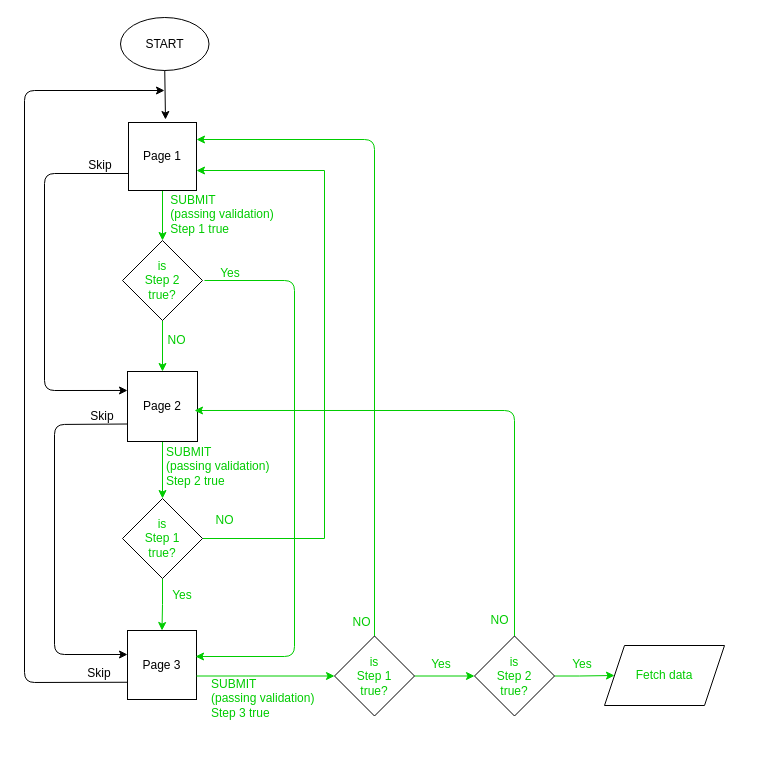
Above: src/assets/flowchart/flowchart.drawio in cavaglieridomenico/user-onboarding (draw.io), before the change. Source tidied: cells renumbered, new cells numbered last; positions are measured from the earlier drawing's top-left corner, leaving out a move shared by most shapes. Both pictures are drawn from the tidied source at 100%, with x=0, y=0 at pixel (24, 17).
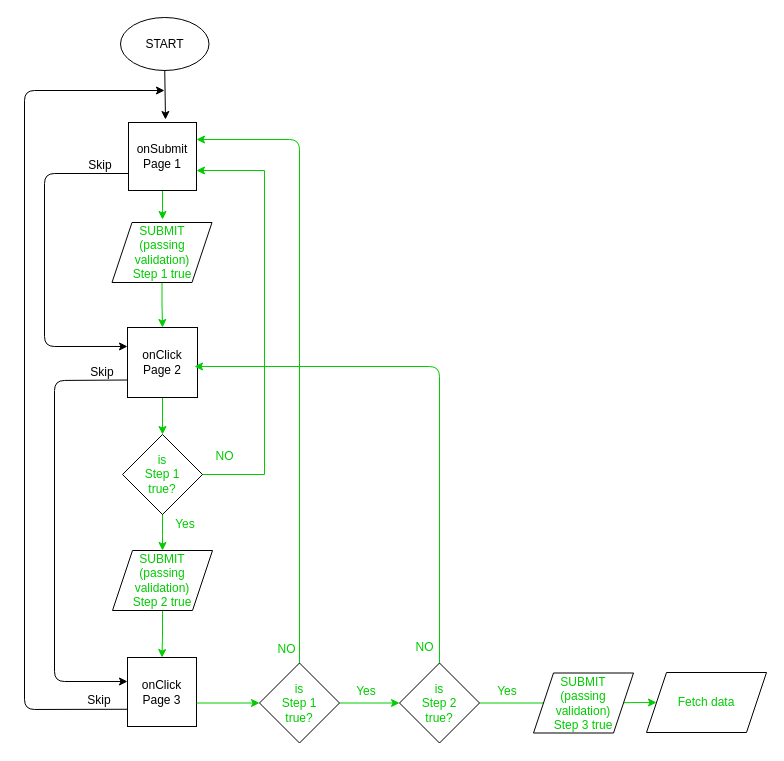
The same diagram, later.

Change to the diagram source:
```diff
@@
     <mxCell id="2" style="endArrow=classic;html=1;entryX=0;entryY=0.271;entryDx=0;entryDy=0;entryPerimeter=0;exitX=0;exitY=0.75;exitDx=0;exitDy=0;" parent="1" edge="1" source="9" target="11">
       <mxGeometry relative="1" as="geometry">
         <Array as="points">
           <mxPoint x="20" y="156" />
-          <mxPoint x="20" y="373" />
+          <mxPoint x="20" y="329" />
         </Array>
       </mxGeometry>
     </mxCell>
@@
     <mxCell id="4" style="endArrow=classic;html=1;exitX=0;exitY=0.75;exitDx=0;exitDy=0;" parent="1" edge="1" source="12">
       <mxGeometry relative="1" as="geometry">
         <mxPoint x="140" y="73" as="targetPoint" />
         <Array as="points">
-          <mxPoint y="665" />
+          <mxPoint y="692" />
           <mxPoint y="73" />
         </Array>
       </mxGeometry>
     </mxCell>
     <mxCell id="5" value="Skip" style="text;html=1;strokeColor=none;fillColor=none;align=center;verticalAlign=middle;whiteSpace=wrap;rounded=0;" parent="1" vertex="1">
-      <mxGeometry x="55" y="646" width="40" height="20" as="geometry" />
+      <mxGeometry x="55" y="673" width="40" height="20" as="geometry" />
     </mxCell>
@@
-    <mxCell id="8" style="edgeStyle=orthogonalEdgeStyle;rounded=0;jettySize=auto;html=1;fontColor=#00CC00;strokeColor=#00CC00;" parent="1" edge="1" source="9" target="21">
-      <mxGeometry relative="1" as="geometry" />
+    <mxCell id="8" style="edgeStyle=orthogonalEdgeStyle;rounded=0;jettySize=auto;html=1;fontColor=#00CC00;strokeColor=#00CC00;" parent="1" edge="1" source="9">
+      <mxGeometry relative="1" as="geometry">
+        <mxPoint x="138" y="202" as="targetPoint" />
+      </mxGeometry>
     </mxCell>
-    <mxCell id="9" value="Page 1" style="whiteSpace=wrap;html=1;" parent="1" vertex="1">
+    <mxCell id="9" value="onSubmit&lt;br&gt;Page 1" style="whiteSpace=wrap;html=1;" parent="1" vertex="1">
       <mxGeometry x="104" y="105" width="68" height="68" as="geometry" />
     </mxCell>
@@
-    <mxCell id="11" value="Page 2" style="whiteSpace=wrap;html=1;" parent="1" vertex="1">
-      <mxGeometry x="103" y="354" width="70" height="70" as="geometry" />
+    <mxCell id="11" value="onClick&lt;br&gt;Page 2" style="whiteSpace=wrap;html=1;" parent="1" vertex="1">
+      <mxGeometry x="103" y="310" width="70" height="70" as="geometry" />
     </mxCell>
-    <mxCell id="12" value="Page 3" style="whiteSpace=wrap;html=1;" parent="1" vertex="1">
-      <mxGeometry x="103" y="613" width="69" height="69" as="geometry" />
+    <mxCell id="12" value="onClick&lt;br&gt;Page 3" style="whiteSpace=wrap;html=1;" parent="1" vertex="1">
+      <mxGeometry x="103" y="640" width="69" height="69" as="geometry" />
     </mxCell>
-    <mxCell id="13" value="&lt;div style=&quot;text-align: left&quot;&gt;&lt;span&gt;SUBMIT&lt;/span&gt;&lt;/div&gt;(passing validation)&lt;br&gt;&lt;div style=&quot;text-align: left&quot;&gt;&lt;span&gt;Step 1 true&lt;/span&gt;&lt;/div&gt;" style="text;html=1;align=center;verticalAlign=middle;whiteSpace=wrap;rounded=0;fontColor=#00CC00;" parent="1" vertex="1">
-      <mxGeometry x="140" y="176" width="115.5" height="42" as="geometry" />
-    </mxCell>
     <mxCell id="14" style="edgeStyle=orthogonalEdgeStyle;rounded=0;jettySize=auto;html=1;fontColor=#00CC00;strokeColor=#00CC00;exitX=1;exitY=0.5;exitDx=0;exitDy=0;" parent="1" edge="1" source="24">
       <mxGeometry relative="1" as="geometry">
         <mxPoint x="172" y="153" as="targetPoint" />
         <Array as="points">
-          <mxPoint x="300" y="521" />
-          <mxPoint x="300" y="153" />
-          <mxPoint x="172" y="153" />
+          <mxPoint x="240" y="457" />
+          <mxPoint x="240" y="153" />
         </Array>
       </mxGeometry>
     </mxCell>
     <mxCell id="15" value="Yes" style="text;html=1;align=center;verticalAlign=middle;whiteSpace=wrap;rounded=0;fontColor=#00CC00;" parent="1" vertex="1">
-      <mxGeometry x="131" y="568" width="53.5" height="20" as="geometry" />
+      <mxGeometry x="134" y="497" width="53.5" height="20" as="geometry" />
     </mxCell>
-    <mxCell id="16" value="SUBMIT&lt;br&gt;(passing validation)&lt;br&gt;Step 2 true" style="text;html=1;align=left;verticalAlign=middle;whiteSpace=wrap;rounded=0;fontColor=#00CC00;" parent="1" vertex="1">
-      <mxGeometry x="140" y="435" width="121" height="28" as="geometry" />
-    </mxCell>
     <mxCell id="17" style="endArrow=classic;html=1;fontColor=#00CC00;exitX=0;exitY=0.75;exitDx=0;exitDy=0;entryX=0;entryY=0.348;entryDx=0;entryDy=0;entryPerimeter=0;" parent="1" edge="1" source="11" target="12">
       <mxGeometry relative="1" as="geometry">
         <Array as="points">
-          <mxPoint x="30" y="407" />
-          <mxPoint x="30" y="637" />
+          <mxPoint x="30" y="363" />
+          <mxPoint x="30" y="664" />
         </Array>
       </mxGeometry>
     </mxCell>
     <mxCell id="18" value="Skip" style="text;html=1;strokeColor=none;fillColor=none;align=center;verticalAlign=middle;whiteSpace=wrap;rounded=0;" parent="1" vertex="1">
-      <mxGeometry x="58" y="389" width="40" height="20" as="geometry" />
+      <mxGeometry x="58" y="345" width="40" height="20" as="geometry" />
     </mxCell>
     <mxCell id="19" value="Fetch data" style="shape=parallelogram;perimeter=parallelogramPerimeter;whiteSpace=wrap;html=1;fixedSize=1;fontColor=#00CC00;" parent="1" vertex="1">
-      <mxGeometry x="580" y="628" width="120" height="60" as="geometry" />
+      <mxGeometry x="622" y="655" width="120" height="60" as="geometry" />
     </mxCell>
-    <mxCell id="20" style="edgeStyle=orthogonalEdgeStyle;rounded=0;jettySize=auto;html=1;fontColor=#00CC00;strokeColor=#00CC00;" parent="1" edge="1" source="21" target="11">
+    <mxCell id="20" style="edgeStyle=orthogonalEdgeStyle;rounded=0;jettySize=auto;html=1;fontColor=#00CC00;strokeColor=#00CC00;exitX=0.5;exitY=1;exitDx=0;exitDy=0;" parent="1" edge="1" source="13" target="11">
       <mxGeometry relative="1" as="geometry" />
     </mxCell>
-    <mxCell id="21" value="&lt;span&gt;is &lt;br&gt;Step 2 &lt;br&gt;true?&lt;/span&gt;" style="rhombus;whiteSpace=wrap;html=1;fontColor=#00CC00;" parent="1" vertex="1">
-      <mxGeometry x="98" y="223" width="80" height="80" as="geometry" />
-    </mxCell>
-    <mxCell id="22" value="NO" style="text;html=1;align=center;verticalAlign=middle;whiteSpace=wrap;rounded=0;fontColor=#00CC00;" parent="1" vertex="1">
-      <mxGeometry x="120" y="313" width="64.5" height="20" as="geometry" />
-    </mxCell>
-    <mxCell id="23" style="edgeStyle=orthogonalEdgeStyle;rounded=0;jettySize=auto;html=1;fontColor=#00CC00;strokeColor=#00CC00;" parent="1" edge="1" source="24" target="12">
-      <mxGeometry relative="1" as="geometry" />
+    <mxCell id="23" style="edgeStyle=orthogonalEdgeStyle;rounded=0;jettySize=auto;html=1;fontColor=#00CC00;strokeColor=#00CC00;" parent="1" edge="1" source="24">
+      <mxGeometry relative="1" as="geometry">
+        <mxPoint x="138" y="533" as="targetPoint" />
+      </mxGeometry>
     </mxCell>
     <mxCell id="24" value="&lt;span&gt;is &lt;br&gt;Step 1&lt;br&gt;true?&lt;/span&gt;" style="rhombus;whiteSpace=wrap;html=1;fontColor=#00CC00;" parent="1" vertex="1">
-      <mxGeometry x="98" y="481" width="80" height="80" as="geometry" />
+      <mxGeometry x="98" y="417" width="80" height="80" as="geometry" />
     </mxCell>
     <mxCell id="25" value="NO" style="text;html=1;align=center;verticalAlign=middle;whiteSpace=wrap;rounded=0;fontColor=#00CC00;" parent="1" vertex="1">
-      <mxGeometry x="168.2" y="493" width="64.5" height="20" as="geometry" />
+      <mxGeometry x="168.2" y="429" width="64.5" height="20" as="geometry" />
     </mxCell>
@@
     <mxCell id="27" value="&lt;span&gt;is &lt;br&gt;Step 1&lt;br&gt;true?&lt;/span&gt;" style="rhombus;whiteSpace=wrap;html=1;fontColor=#00CC00;" parent="1" vertex="1">
-      <mxGeometry x="310" y="618.5" width="80" height="80" as="geometry" />
+      <mxGeometry x="235" y="645.5" width="80" height="80" as="geometry" />
     </mxCell>
     <mxCell id="28" style="endArrow=classic;html=1;fontColor=#00CC00;strokeColor=#00CC00;exitX=1;exitY=0.5;exitDx=0;exitDy=0;entryX=0;entryY=0.5;entryDx=0;entryDy=0;" parent="1" edge="1" target="27">
       <mxGeometry relative="1" as="geometry">
-        <mxPoint x="172" y="658.5" as="sourcePoint" />
+        <mxPoint x="172" y="685.5" as="sourcePoint" />
       </mxGeometry>
     </mxCell>
-    <mxCell id="29" value="SUBMIT&lt;br&gt;(passing validation)&lt;br&gt;Step 3 true" style="text;html=1;align=left;verticalAlign=middle;whiteSpace=wrap;rounded=0;fontColor=#00CC00;" parent="1" vertex="1">
-      <mxGeometry x="184.5" y="667" width="121" height="28" as="geometry" />
-    </mxCell>
     <mxCell id="30" style="endArrow=classic;html=1;fontColor=#00CC00;strokeColor=#00CC00;exitX=0.5;exitY=0;exitDx=0;exitDy=0;entryX=1;entryY=0.25;entryDx=0;entryDy=0;" parent="1" edge="1" source="27" target="9">
       <mxGeometry relative="1" as="geometry">
         <Array as="points">
-          <mxPoint x="350" y="122" />
+          <mxPoint x="275" y="122" />
         </Array>
       </mxGeometry>
     </mxCell>
     <mxCell id="31" value="NO" style="text;html=1;align=center;verticalAlign=middle;whiteSpace=wrap;rounded=0;fontColor=#00CC00;" parent="1" vertex="1">
-      <mxGeometry x="304.5" y="594.5" width="64.5" height="20" as="geometry" />
+      <mxGeometry x="229.5" y="621.5" width="64.5" height="20" as="geometry" />
     </mxCell>
@@
     <mxCell id="33" value="&lt;span&gt;is &lt;br&gt;Step 2&lt;br&gt;true?&lt;/span&gt;" style="rhombus;whiteSpace=wrap;html=1;fontColor=#00CC00;" parent="1" vertex="1">
-      <mxGeometry x="450" y="618.5" width="80" height="80" as="geometry" />
+      <mxGeometry x="375" y="645.5" width="80" height="80" as="geometry" />
     </mxCell>
     <mxCell id="34" value="Yes" style="text;html=1;align=center;verticalAlign=middle;whiteSpace=wrap;rounded=0;fontColor=#00CC00;" parent="1" vertex="1">
-      <mxGeometry x="390" y="637" width="53.5" height="20" as="geometry" />
+      <mxGeometry x="315" y="664" width="53.5" height="20" as="geometry" />
     </mxCell>
     <mxCell id="35" style="endArrow=classic;html=1;fontColor=#00CC00;strokeColor=#00CC00;exitX=0.5;exitY=0;exitDx=0;exitDy=0;entryX=0.957;entryY=0.557;entryDx=0;entryDy=0;entryPerimeter=0;" parent="1" edge="1" source="33" target="11">
       <mxGeometry relative="1" as="geometry">
         <Array as="points">
-          <mxPoint x="490" y="393" />
+          <mxPoint x="415" y="349" />
         </Array>
       </mxGeometry>
     </mxCell>
     <mxCell id="36" value="NO" style="text;html=1;align=center;verticalAlign=middle;whiteSpace=wrap;rounded=0;fontColor=#00CC00;" parent="1" vertex="1">
-      <mxGeometry x="443" y="593" width="64.5" height="20" as="geometry" />
+      <mxGeometry x="368" y="620" width="64.5" height="20" as="geometry" />
     </mxCell>
     <mxCell id="37" value="Yes" style="text;html=1;align=center;verticalAlign=middle;whiteSpace=wrap;rounded=0;fontColor=#00CC00;" parent="1" vertex="1">
-      <mxGeometry x="530.5" y="637" width="53.5" height="20" as="geometry" />
+      <mxGeometry x="455.5" y="664" width="53.5" height="20" as="geometry" />
     </mxCell>
-    <mxCell id="38" style="endArrow=classic;html=1;fontColor=#00CC00;strokeColor=#00CC00;entryX=0.986;entryY=0.377;entryDx=0;entryDy=0;entryPerimeter=0;" parent="1" edge="1" target="12">
-      <mxGeometry relative="1" as="geometry">
-        <mxPoint x="180" y="263" as="sourcePoint" />
-        <Array as="points">
-          <mxPoint x="270" y="263" />
-          <mxPoint x="270" y="639" />
-        </Array>
-      </mxGeometry>
-    </mxCell>
-    <mxCell id="39" value="Yes" style="text;html=1;align=center;verticalAlign=middle;whiteSpace=wrap;rounded=0;fontColor=#00CC00;" parent="1" vertex="1">
-      <mxGeometry x="178.5" y="246" width="53.5" height="20" as="geometry" />
-    </mxCell>
+    <mxCell id="13" value="&lt;div style=&quot;color: rgb(0 , 204 , 0)&quot;&gt;SUBMIT&lt;/div&gt;&lt;span style=&quot;color: rgb(0 , 204 , 0)&quot;&gt;(passing validation)&lt;/span&gt;&lt;br style=&quot;color: rgb(0 , 204 , 0)&quot;&gt;&lt;div style=&quot;color: rgb(0 , 204 , 0)&quot;&gt;Step 1 true&lt;/div&gt;" style="shape=parallelogram;perimeter=parallelogramPerimeter;whiteSpace=wrap;html=1;fixedSize=1;" parent="1" vertex="1">
+      <mxGeometry x="87.5" y="205" width="100" height="60" as="geometry" />
+    </mxCell>
+    <mxCell id="40" style="edgeStyle=orthogonalEdgeStyle;rounded=0;jettySize=auto;html=1;fillColor=#008a00;strokeColor=#00CC00;" parent="1" edge="1" source="16" target="12">
+      <mxGeometry relative="1" as="geometry" />
+    </mxCell>
+    <mxCell id="16" value="&lt;div style=&quot;color: rgb(0 , 204 , 0)&quot;&gt;SUBMIT&lt;/div&gt;&lt;span style=&quot;color: rgb(0 , 204 , 0)&quot;&gt;(passing validation)&lt;/span&gt;&lt;br style=&quot;color: rgb(0 , 204 , 0)&quot;&gt;&lt;div style=&quot;color: rgb(0 , 204 , 0)&quot;&gt;Step 2 true&lt;/div&gt;" style="shape=parallelogram;perimeter=parallelogramPerimeter;whiteSpace=wrap;html=1;fixedSize=1;" parent="1" vertex="1">
+      <mxGeometry x="88" y="533" width="100" height="60" as="geometry" />
+    </mxCell>
+    <mxCell id="29" value="&lt;div style=&quot;color: rgb(0 , 204 , 0)&quot;&gt;SUBMIT&lt;/div&gt;&lt;span style=&quot;color: rgb(0 , 204 , 0)&quot;&gt;(passing validation)&lt;/span&gt;&lt;br style=&quot;color: rgb(0 , 204 , 0)&quot;&gt;&lt;div style=&quot;color: rgb(0 , 204 , 0)&quot;&gt;Step 3 true&lt;/div&gt;" style="shape=parallelogram;perimeter=parallelogramPerimeter;whiteSpace=wrap;html=1;fixedSize=1;" parent="1" vertex="1">
+      <mxGeometry x="509" y="655.5" width="100" height="60" as="geometry" />
+    </mxCell>
```
